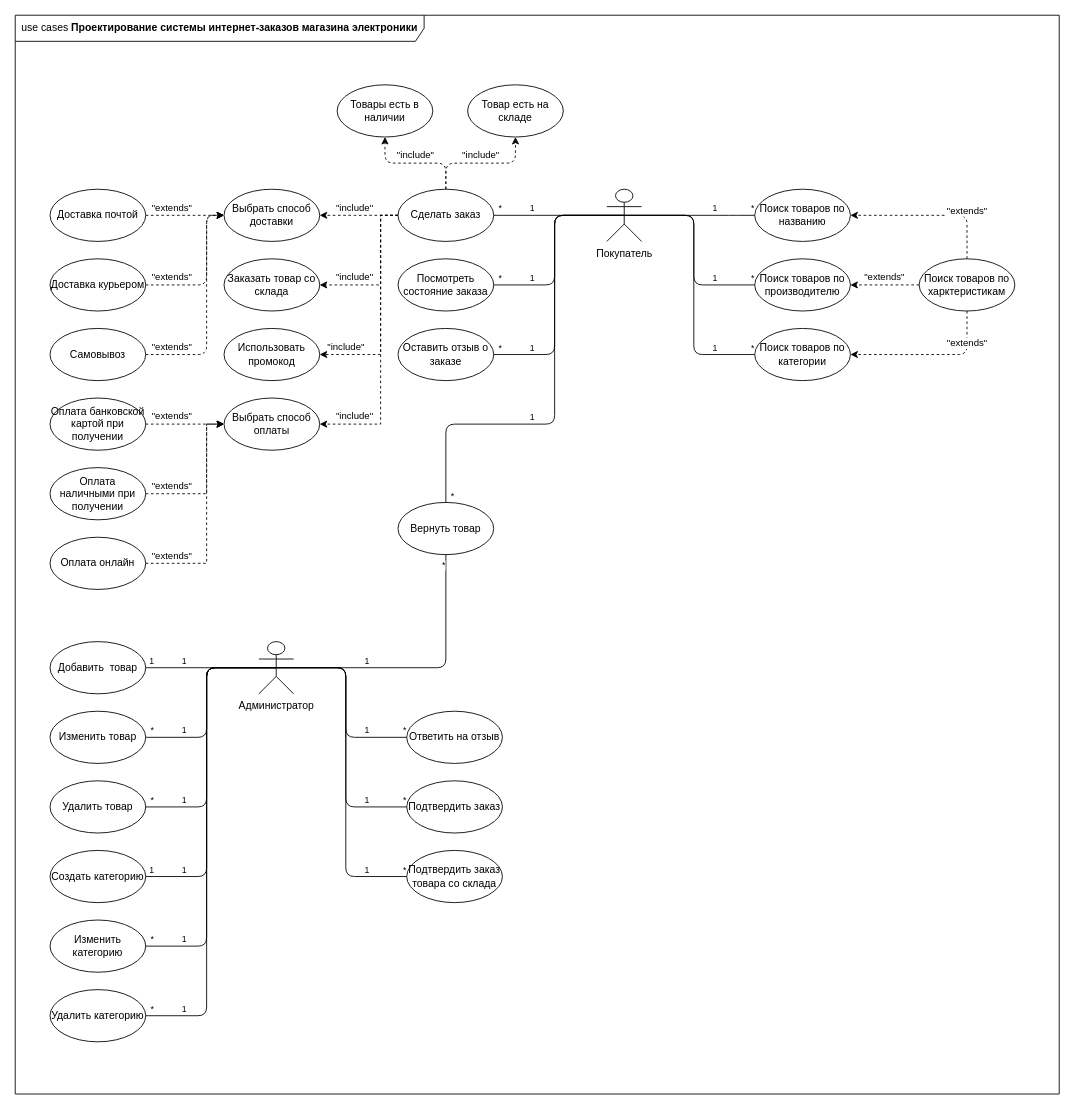
Above: use_case.drawio in randomunrandom/MSS (draw.io), before the change. Source tidied: cells renumbered, new cells numbered last; positions are measured from the earlier drawing's top-left corner, leaving out a move shared by most shapes. Both pictures are drawn from the tidied source at 87%, with x=0, y=0 at pixel (15, 15).
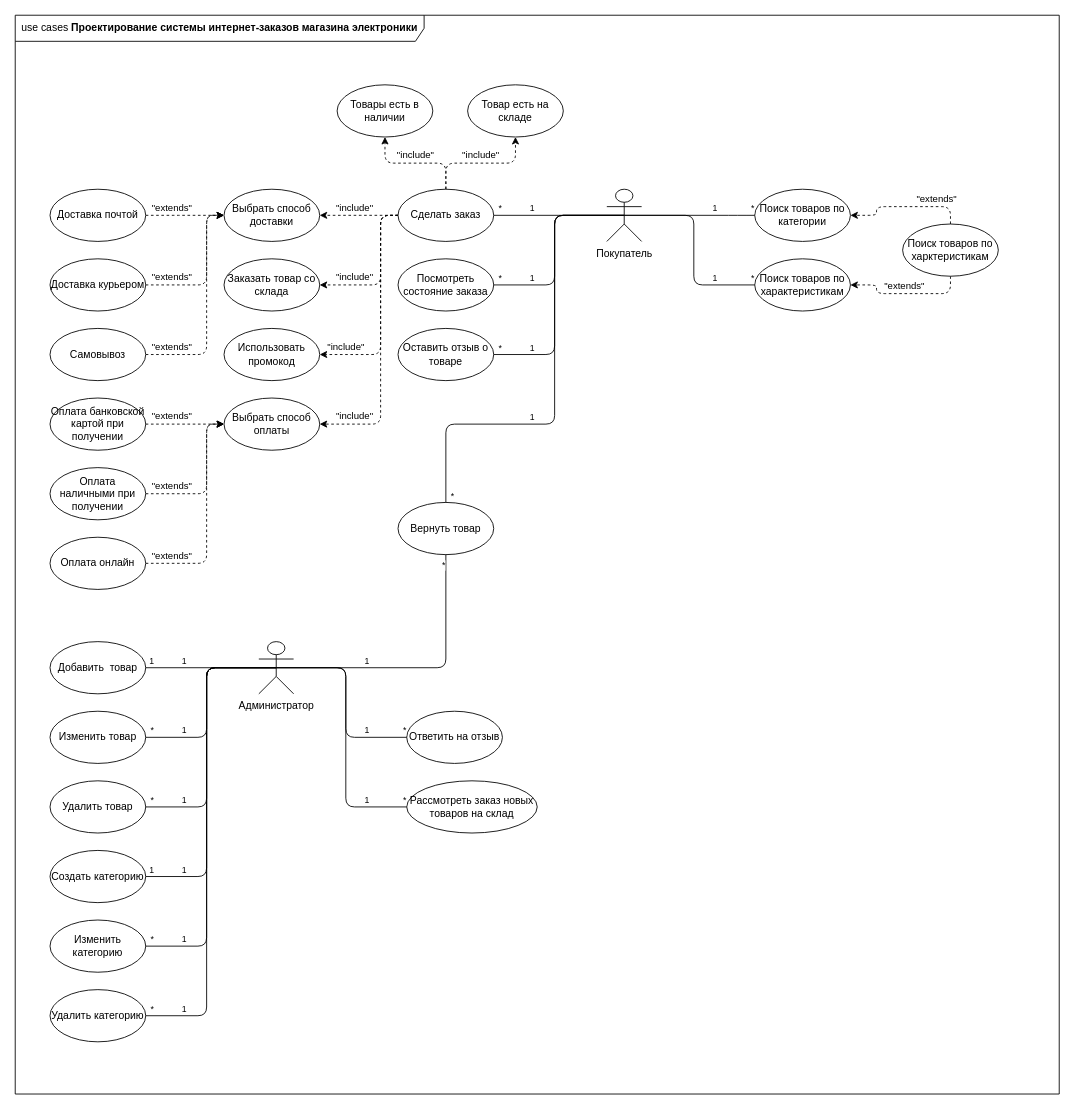
The same diagram, later.

Unchanged cells that the change refers to:
```xml
<mxCell id="3" value="Покупатель" style="shape=umlActor;verticalLabelPosition=bottom;labelBackgroundColor=#ffffff;verticalAlign=top;html=1;" parent="1" vertex="1">
  <mxGeometry x="680" y="200" width="40" height="60" as="geometry" />
</mxCell>
<mxCell id="7" value="Сделать заказ" style="ellipse;whiteSpace=wrap;html=1;fontFamily=Helvetica;fontSize=12;fontColor=#000000;align=center;strokeColor=#000000;fillColor=#ffffff;" parent="1" vertex="1">
  <mxGeometry x="440" y="200" width="110" height="60" as="geometry" />
</mxCell>
<mxCell id="10" value="Заказать товар со склада" style="ellipse;whiteSpace=wrap;html=1;fontFamily=Helvetica;fontSize=12;fontColor=#000000;align=center;strokeColor=#000000;fillColor=#ffffff;" parent="1" vertex="1">
  <mxGeometry x="240" y="280" width="110" height="60" as="geometry" />
</mxCell>
<mxCell id="39" value="Выбрать способ доставки" style="ellipse;whiteSpace=wrap;html=1;fontFamily=Helvetica;fontSize=12;fontColor=#000000;align=center;strokeColor=#000000;fillColor=#ffffff;" parent="1" vertex="1">
  <mxGeometry x="240" y="200" width="110" height="60" as="geometry" />
</mxCell>
<mxCell id="40" value="Доставка почтой" style="ellipse;whiteSpace=wrap;html=1;fontFamily=Helvetica;fontSize=12;fontColor=#000000;align=center;strokeColor=#000000;fillColor=#ffffff;" parent="1" vertex="1">
  <mxGeometry x="40" y="200" width="110" height="60" as="geometry" />
</mxCell>
<mxCell id="46" value="Выбрать способ оплаты" style="ellipse;whiteSpace=wrap;html=1;fontFamily=Helvetica;fontSize=12;fontColor=#000000;align=center;strokeColor=#000000;fillColor=#ffffff;" parent="1" vertex="1">
  <mxGeometry x="240" y="440" width="110" height="60" as="geometry" />
</mxCell>
<mxCell id="48" value="Оплата банковской картой при получении" style="ellipse;whiteSpace=wrap;html=1;fontFamily=Helvetica;fontSize=12;fontColor=#000000;align=center;strokeColor=#000000;fillColor=#ffffff;" parent="1" vertex="1">
  <mxGeometry x="40" y="440" width="110" height="60" as="geometry" />
</mxCell>
<mxCell id="50" value="Оплата онлайн" style="ellipse;whiteSpace=wrap;html=1;fontFamily=Helvetica;fontSize=12;fontColor=#000000;align=center;strokeColor=#000000;fillColor=#ffffff;" parent="1" vertex="1">
  <mxGeometry x="40" y="600" width="110" height="60" as="geometry" />
</mxCell>
<mxCell id="52" value="Использовать промокод" style="ellipse;whiteSpace=wrap;html=1;fontFamily=Helvetica;fontSize=12;fontColor=#000000;align=center;strokeColor=#000000;fillColor=#ffffff;" parent="1" vertex="1">
  <mxGeometry x="240" y="360" width="110" height="60" as="geometry" />
</mxCell>
<mxCell id="54" value="Оплата наличными при получении" style="ellipse;whiteSpace=wrap;html=1;fontFamily=Helvetica;fontSize=12;fontColor=#000000;align=center;strokeColor=#000000;fillColor=#ffffff;" parent="1" vertex="1">
  <mxGeometry x="40" y="520" width="110" height="60" as="geometry" />
</mxCell>
<mxCell id="60" value="Администратор" style="shape=umlActor;verticalLabelPosition=bottom;labelBackgroundColor=#ffffff;verticalAlign=top;html=1;" parent="1" vertex="1">
  <mxGeometry x="280" y="720" width="40" height="60" as="geometry" />
</mxCell>
```

What changed in the source:
```diff
@@
-    <mxCell id="4" value="&quot;include&quot;" style="edgeStyle=orthogonalEdgeStyle;rounded=0;jettySize=auto;html=1;align=center;verticalAlign=bottom;dashed=1;" parent="1" edge="1" source="7" target="10">
+    <mxCell id="4" value="&quot;include&quot;" style="edgeStyle=orthogonalEdgeStyle;rounded=1;jettySize=auto;html=1;align=center;verticalAlign=bottom;dashed=1;" parent="1" edge="1" source="7" target="10">
       <mxGeometry x="0.53" relative="1" as="geometry">
         <Array as="points">
           <mxPoint x="420" y="230" />
           <mxPoint x="420" y="310" />
         </Array>
       </mxGeometry>
     </mxCell>
@@
-    <mxCell id="18" value="Оставить отзыв о заказе" style="ellipse;whiteSpace=wrap;html=1;fontFamily=Helvetica;fontSize=12;fontColor=#000000;align=center;strokeColor=#000000;fillColor=#ffffff;" parent="1" vertex="1">
+    <mxCell id="18" value="Оставить отзыв о товаре" style="ellipse;whiteSpace=wrap;html=1;fontFamily=Helvetica;fontSize=12;fontColor=#000000;align=center;strokeColor=#000000;fillColor=#ffffff;" parent="1" vertex="1">
       <mxGeometry x="440" y="360" width="110" height="60" as="geometry" />
     </mxCell>
@@
-    <mxCell id="23" value="Поиск товаров по названию" style="ellipse;whiteSpace=wrap;html=1;fontFamily=Helvetica;fontSize=12;fontColor=#000000;align=center;strokeColor=#000000;fillColor=#ffffff;" parent="1" vertex="1">
+    <mxCell id="23" value="Поиск товаров по категории" style="ellipse;whiteSpace=wrap;html=1;fontFamily=Helvetica;fontSize=12;fontColor=#000000;align=center;strokeColor=#000000;fillColor=#ffffff;" parent="1" vertex="1">
       <mxGeometry x="850" y="200" width="110" height="60" as="geometry" />
     </mxCell>
@@
-    <mxCell id="27" value="&quot;extends&quot;" style="rounded=1;jettySize=auto;html=1;exitX=0;exitY=0.5;exitDx=0;exitDy=0;entryX=1;entryY=0.5;entryDx=0;entryDy=0;align=center;verticalAlign=bottom;edgeStyle=orthogonalEdgeStyle;dashed=1;" parent="1" edge="1" source="59" target="28">
+    <mxCell id="27" value="&quot;extends&quot;" style="rounded=1;jettySize=auto;html=1;exitX=0.5;exitY=1;exitDx=0;exitDy=0;entryX=1;entryY=0.5;entryDx=0;entryDy=0;align=center;verticalAlign=bottom;edgeStyle=orthogonalEdgeStyle;dashed=1;" parent="1" edge="1" source="59" target="28">
       <mxGeometry relative="1" as="geometry" />
     </mxCell>
-    <mxCell id="28" value="Поиск товаров по производителю" style="ellipse;whiteSpace=wrap;html=1;fontFamily=Helvetica;fontSize=12;fontColor=#000000;align=center;strokeColor=#000000;fillColor=#ffffff;" parent="1" vertex="1">
+    <mxCell id="28" value="Поиск товаров по характеристикам" style="ellipse;whiteSpace=wrap;html=1;fontFamily=Helvetica;fontSize=12;fontColor=#000000;align=center;strokeColor=#000000;fillColor=#ffffff;" parent="1" vertex="1">
       <mxGeometry x="850" y="280" width="110" height="60" as="geometry" />
     </mxCell>
@@
-    <mxCell id="32" value="&quot;extends&quot;" style="rounded=1;jettySize=auto;html=1;exitX=0.5;exitY=1;exitDx=0;exitDy=0;entryX=1;entryY=0.5;entryDx=0;entryDy=0;align=center;verticalAlign=bottom;edgeStyle=orthogonalEdgeStyle;dashed=1;" parent="1" edge="1" source="59" target="33">
-      <mxGeometry x="-0.5" relative="1" as="geometry">
-        <Array as="points">
-          <mxPoint x="1094" y="390" />
-        </Array>
-      </mxGeometry>
-    </mxCell>
-    <mxCell id="33" value="Поиск товаров по категории" style="ellipse;whiteSpace=wrap;html=1;fontFamily=Helvetica;fontSize=12;fontColor=#000000;align=center;strokeColor=#000000;fillColor=#ffffff;" parent="1" vertex="1">
-      <mxGeometry x="850" y="360" width="110" height="60" as="geometry" />
-    </mxCell>
-    <mxCell id="34" style="endArrow=none;html=1;edgeStyle=orthogonalEdgeStyle;align=right;exitX=0.5;exitY=0.5;exitDx=0;exitDy=0;exitPerimeter=0;entryX=0;entryY=0.5;entryDx=0;entryDy=0;" parent="1" edge="1" source="3" target="33">
-      <mxGeometry relative="1" as="geometry">
-        <Array as="points">
-          <mxPoint x="780" y="230" />
-          <mxPoint x="780" y="390" />
-        </Array>
-      </mxGeometry>
-    </mxCell>
-    <mxCell id="35" value="1" style="html=1;align=left;verticalAlign=bottom;labelBackgroundColor=#ffffff;fontSize=10;" parent="34" vertex="1">
-      <mxGeometry x="-1" relative="1" as="geometry">
-        <mxPoint x="100" y="160" as="offset" />
-      </mxGeometry>
-    </mxCell>
-    <mxCell id="36" value="*" style="html=1;align=right;verticalAlign=bottom;labelBackgroundColor=#ffffff;fontSize=10;" parent="34" vertex="1">
-      <mxGeometry x="1" relative="1" as="geometry" />
-    </mxCell>
-    <mxCell id="37" value="&quot;include&quot;" style="edgeStyle=orthogonalEdgeStyle;rounded=0;jettySize=auto;html=1;align=center;verticalAlign=bottom;exitX=0;exitY=0.5;exitDx=0;exitDy=0;dashed=1;" parent="1" edge="1" source="7" target="39">
+    <mxCell id="37" value="&quot;include&quot;" style="edgeStyle=orthogonalEdgeStyle;rounded=1;jettySize=auto;html=1;align=center;verticalAlign=bottom;exitX=0;exitY=0.5;exitDx=0;exitDy=0;dashed=1;" parent="1" edge="1" source="7" target="39">
       <mxGeometry x="0.11" relative="1" as="geometry">
         <Array as="points">
           <mxPoint x="390" y="230" />
           <mxPoint x="390" y="230" />
         </Array>
       </mxGeometry>
     </mxCell>
-    <mxCell id="38" value="&quot;extends&quot;" style="edgeStyle=orthogonalEdgeStyle;rounded=0;jettySize=auto;html=1;align=center;entryX=0;entryY=0.5;entryDx=0;entryDy=0;verticalAlign=bottom;exitX=1;exitY=0.5;exitDx=0;exitDy=0;dashed=1;" parent="1" edge="1" source="40" target="39">
+    <mxCell id="38" value="&quot;extends&quot;" style="edgeStyle=orthogonalEdgeStyle;rounded=1;jettySize=auto;html=1;align=center;entryX=0;entryY=0.5;entryDx=0;entryDy=0;verticalAlign=bottom;exitX=1;exitY=0.5;exitDx=0;exitDy=0;dashed=1;" parent="1" edge="1" source="40" target="39">
       <mxGeometry x="0.33" y="-30" relative="1" as="geometry">
         <Array as="points">
           <mxPoint x="180" y="230" />
           <mxPoint x="180" y="230" />
         </Array>
         <mxPoint x="-30" y="-30" as="offset" />
       </mxGeometry>
     </mxCell>
@@
-    <mxCell id="45" value="&quot;include&quot;" style="edgeStyle=orthogonalEdgeStyle;rounded=0;jettySize=auto;html=1;align=center;verticalAlign=bottom;exitX=0;exitY=0.5;exitDx=0;exitDy=0;dashed=1;" parent="1" edge="1" source="7" target="46">
+    <mxCell id="45" value="&quot;include&quot;" style="edgeStyle=orthogonalEdgeStyle;rounded=1;jettySize=auto;html=1;align=center;verticalAlign=bottom;exitX=0;exitY=0.5;exitDx=0;exitDy=0;dashed=1;" parent="1" edge="1" source="7" target="46">
       <mxGeometry x="0.76" relative="1" as="geometry">
         <Array as="points">
           <mxPoint x="420" y="230" />
           <mxPoint x="420" y="470" />
         </Array>
       </mxGeometry>
     </mxCell>
@@
-    <mxCell id="47" value="&quot;extends&quot;" style="edgeStyle=orthogonalEdgeStyle;rounded=0;jettySize=auto;html=1;align=center;entryX=0;entryY=0.5;entryDx=0;entryDy=0;verticalAlign=bottom;exitX=1;exitY=0.5;exitDx=0;exitDy=0;dashed=1;" parent="1" edge="1" source="48" target="46">
+    <mxCell id="47" value="&quot;extends&quot;" style="edgeStyle=orthogonalEdgeStyle;rounded=1;jettySize=auto;html=1;align=center;entryX=0;entryY=0.5;entryDx=0;entryDy=0;verticalAlign=bottom;exitX=1;exitY=0.5;exitDx=0;exitDy=0;dashed=1;" parent="1" edge="1" source="48" target="46">
       <mxGeometry x="-0.33" relative="1" as="geometry" />
     </mxCell>
@@
-    <mxCell id="49" value="&quot;extends&quot;" style="edgeStyle=orthogonalEdgeStyle;rounded=0;jettySize=auto;html=1;align=center;entryX=0;entryY=0.5;entryDx=0;entryDy=0;verticalAlign=bottom;exitX=1;exitY=0.5;exitDx=0;exitDy=0;dashed=1;" parent="1" edge="1" source="50" target="46">
+    <mxCell id="49" value="&quot;extends&quot;" style="edgeStyle=orthogonalEdgeStyle;rounded=1;jettySize=auto;html=1;align=center;entryX=0;entryY=0.5;entryDx=0;entryDy=0;verticalAlign=bottom;exitX=1;exitY=0.5;exitDx=0;exitDy=0;dashed=1;" parent="1" edge="1" source="50" target="46">
       <mxGeometry x="-0.76" relative="1" as="geometry">
         <Array as="points">
           <mxPoint x="220" y="630" />
           <mxPoint x="220" y="470" />
         </Array>
       </mxGeometry>
     </mxCell>
@@
-    <mxCell id="51" value="&quot;include&quot;" style="edgeStyle=orthogonalEdgeStyle;rounded=0;jettySize=auto;html=1;align=center;verticalAlign=bottom;exitX=0;exitY=0.5;exitDx=0;exitDy=0;dashed=1;" parent="1" edge="1" source="7" target="52">
+    <mxCell id="51" value="&quot;include&quot;" style="edgeStyle=orthogonalEdgeStyle;rounded=1;jettySize=auto;html=1;align=center;verticalAlign=bottom;exitX=0;exitY=0.5;exitDx=0;exitDy=0;dashed=1;" parent="1" edge="1" source="7" target="52">
       <mxGeometry x="0.76" relative="1" as="geometry">
         <Array as="points">
           <mxPoint x="420" y="230" />
           <mxPoint x="420" y="390" />
         </Array>
       </mxGeometry>
     </mxCell>
@@
-    <mxCell id="53" value="&quot;extends&quot;" style="edgeStyle=orthogonalEdgeStyle;rounded=0;jettySize=auto;html=1;align=center;entryX=0;entryY=0.5;entryDx=0;entryDy=0;verticalAlign=bottom;exitX=1;exitY=0.5;exitDx=0;exitDy=0;dashed=1;" parent="1" edge="1" source="54" target="46">
+    <mxCell id="53" value="&quot;extends&quot;" style="edgeStyle=orthogonalEdgeStyle;rounded=1;jettySize=auto;html=1;align=center;entryX=0;entryY=0.5;entryDx=0;entryDy=0;verticalAlign=bottom;exitX=1;exitY=0.5;exitDx=0;exitDy=0;dashed=1;" parent="1" edge="1" source="54" target="46">
       <mxGeometry x="-0.65" relative="1" as="geometry">
         <Array as="points">
           <mxPoint x="220" y="550" />
           <mxPoint x="220" y="470" />
         </Array>
       </mxGeometry>
     </mxCell>
@@
     <mxCell id="59" value="&lt;div&gt;Поиск товаров по харктеристикам&lt;/div&gt;" style="ellipse;whiteSpace=wrap;html=1;fontFamily=Helvetica;fontSize=12;fontColor=#000000;align=center;strokeColor=#000000;fillColor=#ffffff;" parent="1" vertex="1">
-      <mxGeometry x="1039" y="280" width="110" height="60" as="geometry" />
+      <mxGeometry x="1020" y="240" width="110" height="60" as="geometry" />
     </mxCell>
@@
-    <mxCell id="80" value="Подтвердить заказ" style="ellipse;whiteSpace=wrap;html=1;fontFamily=Helvetica;fontSize=12;fontColor=#000000;align=center;strokeColor=#000000;fillColor=#ffffff;" parent="1" vertex="1">
-      <mxGeometry x="450" y="880" width="110" height="60" as="geometry" />
-    </mxCell>
-    <mxCell id="81" style="endArrow=none;html=1;edgeStyle=orthogonalEdgeStyle;align=right;exitX=0.5;exitY=0.5;exitDx=0;exitDy=0;exitPerimeter=0;entryX=0;entryY=0.5;entryDx=0;entryDy=0;" parent="1" edge="1" source="60" target="80">
-      <mxGeometry relative="1" as="geometry">
-        <Array as="points">
-          <mxPoint x="380" y="750" />
-          <mxPoint x="380" y="910" />
-        </Array>
-      </mxGeometry>
-    </mxCell>
-    <mxCell id="82" value="1" style="html=1;align=left;verticalAlign=bottom;labelBackgroundColor=#ffffff;fontSize=10;" parent="81" vertex="1">
-      <mxGeometry x="-1" relative="1" as="geometry">
-        <mxPoint x="100" y="160" as="offset" />
-      </mxGeometry>
-    </mxCell>
-    <mxCell id="83" value="*" style="html=1;align=right;verticalAlign=bottom;labelBackgroundColor=#ffffff;fontSize=10;" parent="81" vertex="1">
-      <mxGeometry x="1" relative="1" as="geometry" />
-    </mxCell>
@@
-    <mxCell id="96" value="Подтвердить заказ товара со склада" style="ellipse;whiteSpace=wrap;html=1;fontFamily=Helvetica;fontSize=12;fontColor=#000000;align=center;strokeColor=#000000;fillColor=#ffffff;" parent="1" vertex="1">
-      <mxGeometry x="450" y="960" width="110" height="60" as="geometry" />
+    <mxCell id="96" value="Рассмотреть заказ новых товаров на склад" style="ellipse;whiteSpace=wrap;html=1;fontFamily=Helvetica;fontSize=12;fontColor=#000000;align=center;strokeColor=#000000;fillColor=#ffffff;" parent="1" vertex="1">
+      <mxGeometry x="450" y="880" width="150" height="60" as="geometry" />
     </mxCell>
     <mxCell id="97" style="endArrow=none;html=1;edgeStyle=orthogonalEdgeStyle;align=right;entryX=0;entryY=0.5;entryDx=0;entryDy=0;exitX=0.5;exitY=0.5;exitDx=0;exitDy=0;exitPerimeter=0;" parent="1" edge="1" source="60" target="96">
       <mxGeometry relative="1" as="geometry">
         <Array as="points">
           <mxPoint x="380" y="750" />
-          <mxPoint x="380" y="990" />
+          <mxPoint x="380" y="910" />
         </Array>
       </mxGeometry>
     </mxCell>
     <mxCell id="98" value="1" style="html=1;align=left;verticalAlign=bottom;labelBackgroundColor=#ffffff;fontSize=10;" parent="97" vertex="1">
       <mxGeometry x="-1" relative="1" as="geometry">
-        <mxPoint x="100" y="240" as="offset" />
+        <mxPoint x="100" y="160" as="offset" />
       </mxGeometry>
     </mxCell>
```
